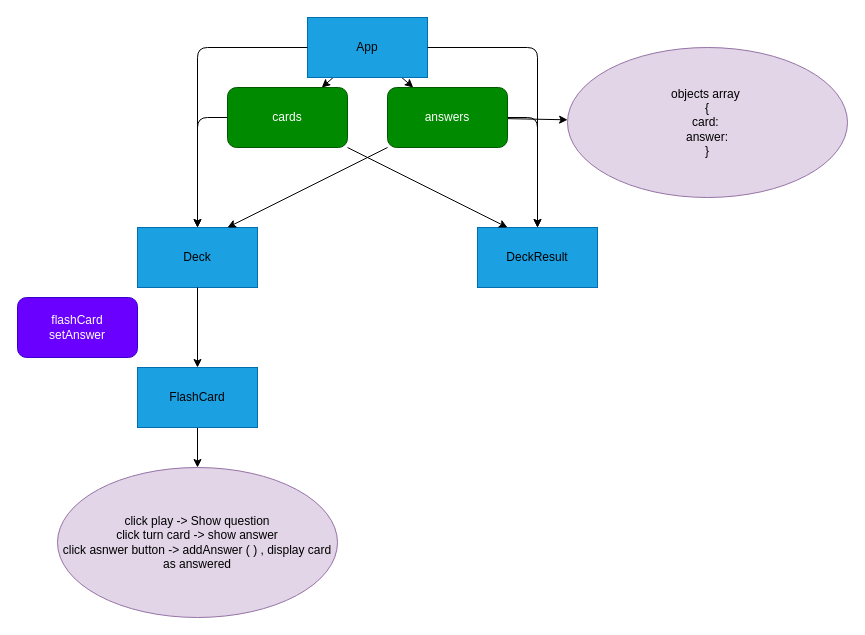
The draw.io diagram docs/digram.drawio in sayaoyuri/zapRecall, before the edit. Source tidied: cells renumbered, new cells numbered last; positions are measured from the earlier drawing's top-left corner, leaving out a move shared by most shapes. Both pictures are drawn from the tidied source at 100%, with x=0, y=0 at pixel (17, 17).
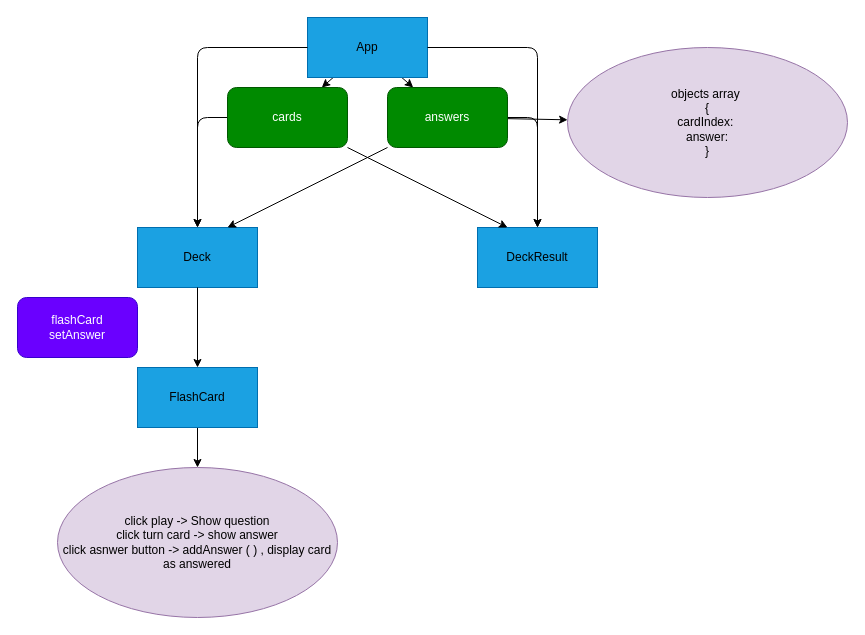
After the change.

Diff of the diagram source:
```diff
@@
-    <mxCell id="21" value="&lt;font color=&quot;#000000&quot;&gt;objects array&amp;nbsp;&lt;br&gt;{&lt;br&gt;card:&amp;nbsp;&lt;br&gt;answer:&lt;br&gt;}&lt;br&gt;&lt;/font&gt;" style="ellipse;whiteSpace=wrap;html=1;fillColor=#e1d5e7;strokeColor=#9673a6;" parent="1" vertex="1">
+    <mxCell id="21" value="&lt;font color=&quot;#000000&quot;&gt;objects array&amp;nbsp;&lt;br&gt;{&lt;br&gt;cardIndex:&amp;nbsp;&lt;br&gt;answer:&lt;br&gt;}&lt;br&gt;&lt;/font&gt;" style="ellipse;whiteSpace=wrap;html=1;fillColor=#e1d5e7;strokeColor=#9673a6;" parent="1" vertex="1">
       <mxGeometry x="550" y="30" width="280" height="150" as="geometry" />
     </mxCell>
```
